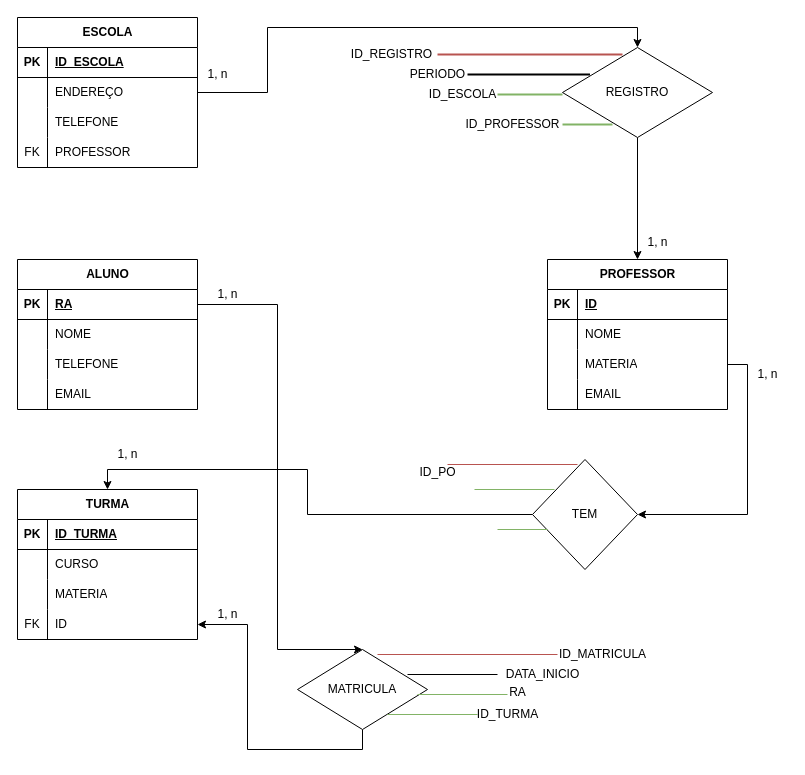
Earlier version of the draw.io diagram BD de uma escola.drawio (FirmoDev/projeto). Source tidied: cells renumbered, new cells numbered last; positions are measured from the earlier drawing's top-left corner, leaving out a move shared by most shapes. Both pictures are drawn from the tidied source at 100%, with x=0, y=0 at pixel (17, 17).
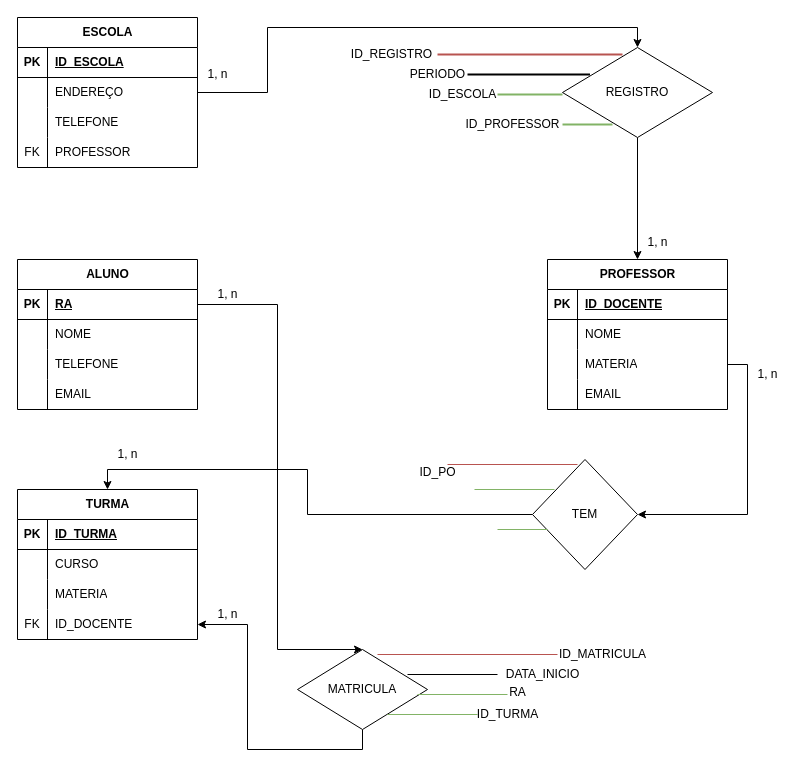
After the change.

Commit message:
RENOMEANDO PK DA TABELA PROFESSOR

Unchanged cells that the change refers to:
```xml
<mxCell id="29" style="shape=tableRow;horizontal=0;startSize=0;swimlaneHead=0;swimlaneBody=0;fillColor=none;top=0;left=0;right=0;bottom=1;" parent="28" vertex="1">
  <mxGeometry y="30" width="180" height="30" as="geometry" />
</mxCell>
<mxCell id="53" style="shape=tableRow;horizontal=0;startSize=0;swimlaneHead=0;swimlaneBody=0;fillColor=none;points=[[0,0.5],[1,0.5]];portConstraint=eastwest;top=0;left=0;right=0;bottom=0;" parent="43" vertex="1">
  <mxGeometry y="120" width="180" height="30" as="geometry" />
</mxCell>
```

Diff of the diagram source:
```diff
@@
-    <mxCell id="31" value="ID" style="shape=partialRectangle;fillColor=none;top=0;left=0;bottom=0;right=0;align=left;spacingLeft=6;fontStyle=5;overflow=hidden;whiteSpace=wrap;html=1;" parent="29" vertex="1">
+    <mxCell id="31" value="ID_DOCENTE" style="shape=partialRectangle;fillColor=none;top=0;left=0;bottom=0;right=0;align=left;spacingLeft=6;fontStyle=5;overflow=hidden;whiteSpace=wrap;html=1;" parent="29" vertex="1">
       <mxGeometry x="30" width="150" height="30" as="geometry" />
     </mxCell>
@@
-    <mxCell id="55" value="ID" style="shape=partialRectangle;fillColor=none;top=0;left=0;bottom=0;right=0;align=left;spacingLeft=6;overflow=hidden;whiteSpace=wrap;html=1;" parent="53" vertex="1">
+    <mxCell id="55" value="ID_DOCENTE" style="shape=partialRectangle;fillColor=none;top=0;left=0;bottom=0;right=0;align=left;spacingLeft=6;overflow=hidden;whiteSpace=wrap;html=1;" parent="53" vertex="1">
       <mxGeometry x="30" width="150" height="30" as="geometry" />
     </mxCell>
```
